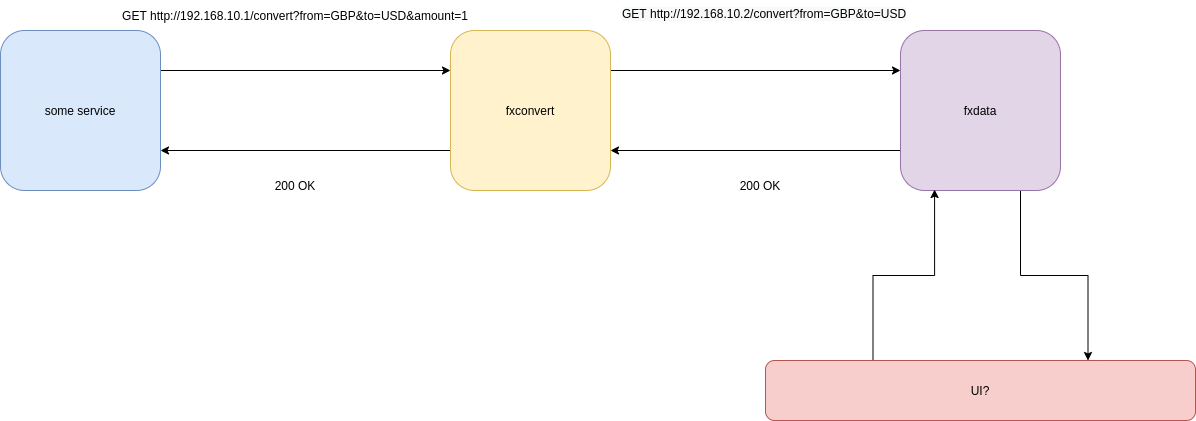
This is assets/FXServices.png from certinoaaron/fxservice, a draw.io export, as it was before one commit. Source tidied: cells renumbered, new cells last; positions are measured from the earlier drawing's top-left corner, leaving out a move shared by most shapes. The source it was exported from:
```xml
<mxGraphModel>
  <root>
    <mxCell id="0" />
    <mxCell id="1" parent="0" />
    <mxCell id="2" style="edgeStyle=orthogonalEdgeStyle;rounded=0;jettySize=auto;html=1;exitX=0;exitY=0.75;exitDx=0;exitDy=0;entryX=1;entryY=0.75;entryDx=0;entryDy=0;" parent="1" edge="1" source="4" target="9">
      <mxGeometry relative="1" as="geometry" />
    </mxCell>
    <mxCell id="3" style="edgeStyle=orthogonalEdgeStyle;rounded=0;jettySize=auto;html=1;exitX=1;exitY=0.25;exitDx=0;exitDy=0;entryX=0;entryY=0.25;entryDx=0;entryDy=0;" parent="1" edge="1" source="4" target="7">
      <mxGeometry relative="1" as="geometry" />
    </mxCell>
    <mxCell id="4" value="fxconvert" style="rounded=1;whiteSpace=wrap;html=1;fillColor=#fff2cc;strokeColor=#d6b656;" parent="1" vertex="1">
      <mxGeometry x="450" y="30" width="160" height="160" as="geometry" />
    </mxCell>
    <mxCell id="5" style="edgeStyle=orthogonalEdgeStyle;rounded=0;jettySize=auto;html=1;exitX=0;exitY=0.75;exitDx=0;exitDy=0;entryX=1;entryY=0.75;entryDx=0;entryDy=0;" parent="1" edge="1" source="7" target="4">
      <mxGeometry relative="1" as="geometry" />
    </mxCell>
    <mxCell id="6" style="edgeStyle=orthogonalEdgeStyle;rounded=0;jettySize=auto;html=1;exitX=0.75;exitY=1;exitDx=0;exitDy=0;entryX=0.75;entryY=0;entryDx=0;entryDy=0;" parent="1" edge="1" source="7" target="14">
      <mxGeometry relative="1" as="geometry" />
    </mxCell>
    <mxCell id="7" value="fxdata" style="rounded=1;whiteSpace=wrap;html=1;fillColor=#e1d5e7;strokeColor=#9673a6;" parent="1" vertex="1">
      <mxGeometry x="900" y="30" width="160" height="160" as="geometry" />
    </mxCell>
    <mxCell id="8" style="edgeStyle=orthogonalEdgeStyle;rounded=0;jettySize=auto;html=1;exitX=1;exitY=0.25;exitDx=0;exitDy=0;entryX=0;entryY=0.25;entryDx=0;entryDy=0;" parent="1" edge="1" source="9" target="4">
      <mxGeometry relative="1" as="geometry" />
    </mxCell>
    <mxCell id="9" value="some service" style="rounded=1;whiteSpace=wrap;html=1;fillColor=#dae8fc;strokeColor=#6c8ebf;" parent="1" vertex="1">
      <mxGeometry y="30" width="160" height="160" as="geometry" />
    </mxCell>
    <mxCell id="10" value="GET http://192.168.10.1/convert?from=GBP&amp;amp;to=USD&amp;amp;amount=1" style="text;html=1;strokeColor=none;fillColor=none;align=center;verticalAlign=middle;whiteSpace=wrap;rounded=0;" parent="1" vertex="1">
      <mxGeometry x="80" width="430" height="30" as="geometry" />
    </mxCell>
    <mxCell id="11" value="200 OK&lt;br&gt;" style="text;html=1;strokeColor=none;fillColor=none;align=center;verticalAlign=middle;whiteSpace=wrap;rounded=0;" parent="1" vertex="1">
      <mxGeometry x="240" y="170" width="110" height="30" as="geometry" />
    </mxCell>
    <mxCell id="12" value="&lt;span style=&quot;color: rgb(0 , 0 , 0) ; font-family: &amp;#34;helvetica&amp;#34; ; font-size: 12px ; font-style: normal ; font-weight: 400 ; letter-spacing: normal ; text-align: center ; text-indent: 0px ; text-transform: none ; word-spacing: 0px ; background-color: rgb(248 , 249 , 250) ; display: inline ; float: none&quot;&gt;GET http://192.168.10.2/convert?from=GBP&amp;amp;to=USD&lt;/span&gt;" style="text;whiteSpace=wrap;html=1;" parent="1" vertex="1">
      <mxGeometry x="620" width="290" height="30" as="geometry" />
    </mxCell>
    <mxCell id="13" style="edgeStyle=orthogonalEdgeStyle;rounded=0;jettySize=auto;html=1;exitX=0.25;exitY=0;exitDx=0;exitDy=0;entryX=0.213;entryY=0.994;entryDx=0;entryDy=0;entryPerimeter=0;" parent="1" edge="1" source="14" target="7">
      <mxGeometry relative="1" as="geometry" />
    </mxCell>
    <mxCell id="14" value="UI?" style="rounded=1;whiteSpace=wrap;html=1;fillColor=#f8cecc;strokeColor=#b85450;" parent="1" vertex="1">
      <mxGeometry x="765" y="360" width="430" height="60" as="geometry" />
    </mxCell>
    <mxCell id="15" value="200 OK&lt;br&gt;" style="text;html=1;strokeColor=none;fillColor=none;align=center;verticalAlign=middle;whiteSpace=wrap;rounded=0;" parent="1" vertex="1">
      <mxGeometry x="705" y="170" width="110" height="30" as="geometry" />
    </mxCell>
  </root>
</mxGraphModel>
```
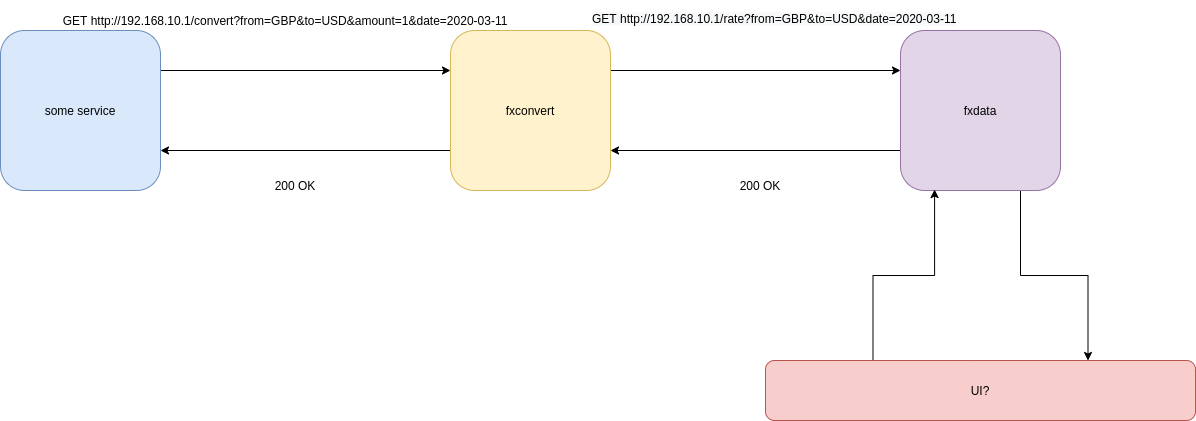
The same file after the commit.

The edit, as a diff of the source:
```diff
@@ -26,14 +26,14 @@
     <mxCell id="9" value="some service" style="rounded=1;whiteSpace=wrap;html=1;fillColor=#dae8fc;strokeColor=#6c8ebf;" parent="1" vertex="1">
       <mxGeometry y="30" width="160" height="160" as="geometry" />
     </mxCell>
-    <mxCell id="10" value="GET http://192.168.10.1/convert?from=GBP&amp;amp;to=USD&amp;amp;amount=1" style="text;html=1;strokeColor=none;fillColor=none;align=center;verticalAlign=middle;whiteSpace=wrap;rounded=0;" parent="1" vertex="1">
-      <mxGeometry x="80" width="430" height="30" as="geometry" />
+    <mxCell id="10" value="GET http://192.168.10.1/convert?from=GBP&amp;amp;to=USD&amp;amp;amount=1&amp;amp;date=2020-03-11" style="text;html=1;strokeColor=none;fillColor=none;align=center;verticalAlign=middle;whiteSpace=wrap;rounded=0;" parent="1" vertex="1">
+      <mxGeometry x="60" width="450" height="40" as="geometry" />
     </mxCell>
     <mxCell id="11" value="200 OK&lt;br&gt;" style="text;html=1;strokeColor=none;fillColor=none;align=center;verticalAlign=middle;whiteSpace=wrap;rounded=0;" parent="1" vertex="1">
       <mxGeometry x="240" y="170" width="110" height="30" as="geometry" />
     </mxCell>
-    <mxCell id="12" value="&lt;span style=&quot;color: rgb(0 , 0 , 0) ; font-family: &amp;#34;helvetica&amp;#34; ; font-size: 12px ; font-style: normal ; font-weight: 400 ; letter-spacing: normal ; text-align: center ; text-indent: 0px ; text-transform: none ; word-spacing: 0px ; background-color: rgb(248 , 249 , 250) ; display: inline ; float: none&quot;&gt;GET http://192.168.10.2/convert?from=GBP&amp;amp;to=USD&lt;/span&gt;" style="text;whiteSpace=wrap;html=1;" parent="1" vertex="1">
-      <mxGeometry x="620" width="290" height="30" as="geometry" />
+    <mxCell id="12" value="&lt;span style=&quot;color: rgb(0 , 0 , 0) ; font-family: &amp;#34;helvetica&amp;#34; ; font-size: 12px ; font-style: normal ; font-weight: 400 ; letter-spacing: normal ; text-align: center ; text-indent: 0px ; text-transform: none ; word-spacing: 0px ; background-color: rgb(248 , 249 , 250) ; display: inline ; float: none&quot;&gt;GET http://192.168.10.1/rate?from=GBP&amp;amp;to=USD&amp;amp;date=2020-03-11&lt;/span&gt;" style="text;whiteSpace=wrap;html=1;" parent="1" vertex="1">
+      <mxGeometry x="590" y="5" width="370" height="30" as="geometry" />
     </mxCell>
     <mxCell id="13" style="edgeStyle=orthogonalEdgeStyle;rounded=0;jettySize=auto;html=1;exitX=0.25;exitY=0;exitDx=0;exitDy=0;entryX=0.213;entryY=0.994;entryDx=0;entryDy=0;entryPerimeter=0;" parent="1" edge="1" source="14" target="7">
       <mxGeometry relative="1" as="geometry" />
```
